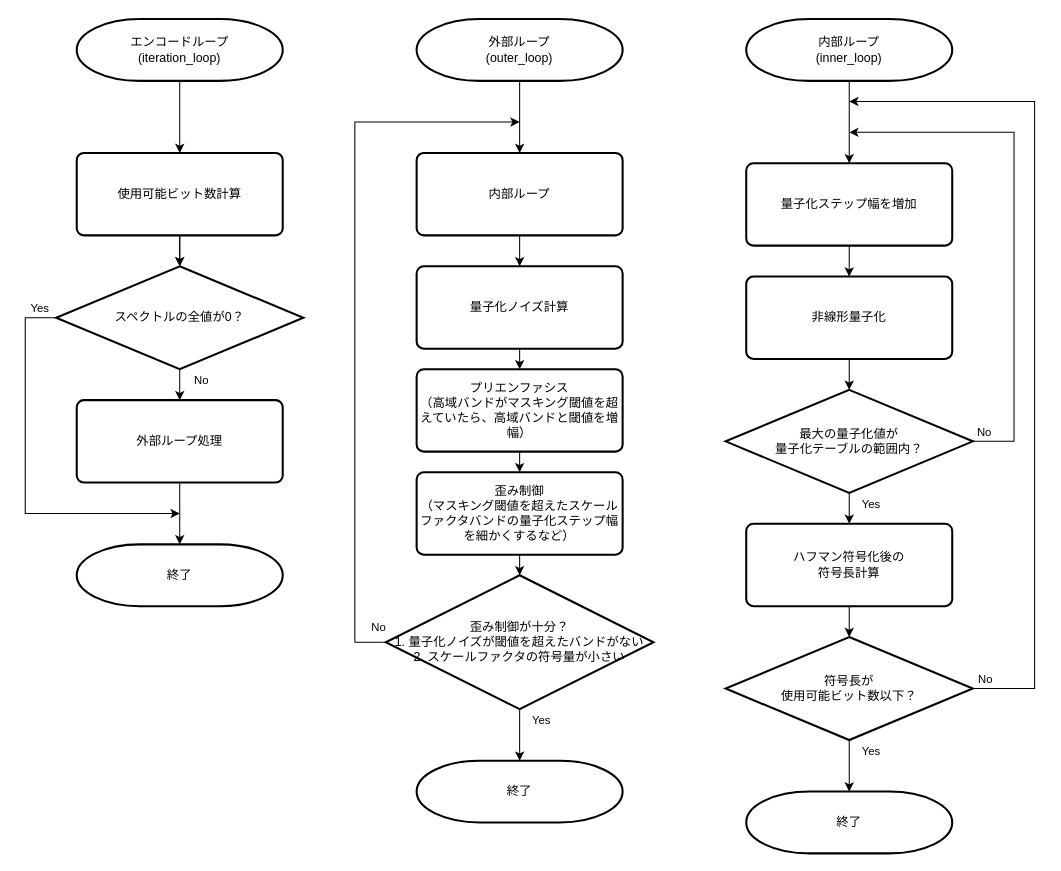
Earlier version of the draw.io diagram documents/slide/figs/mp3_encode_process.drawio (aikiriao/DemonGateCodec). Source tidied: cells renumbered, new cells numbered last; positions are measured from the earlier drawing's top-left corner, leaving out a move shared by most shapes. Both pictures are drawn from the tidied source at 103%, with x=0, y=0 at pixel (25, 19).
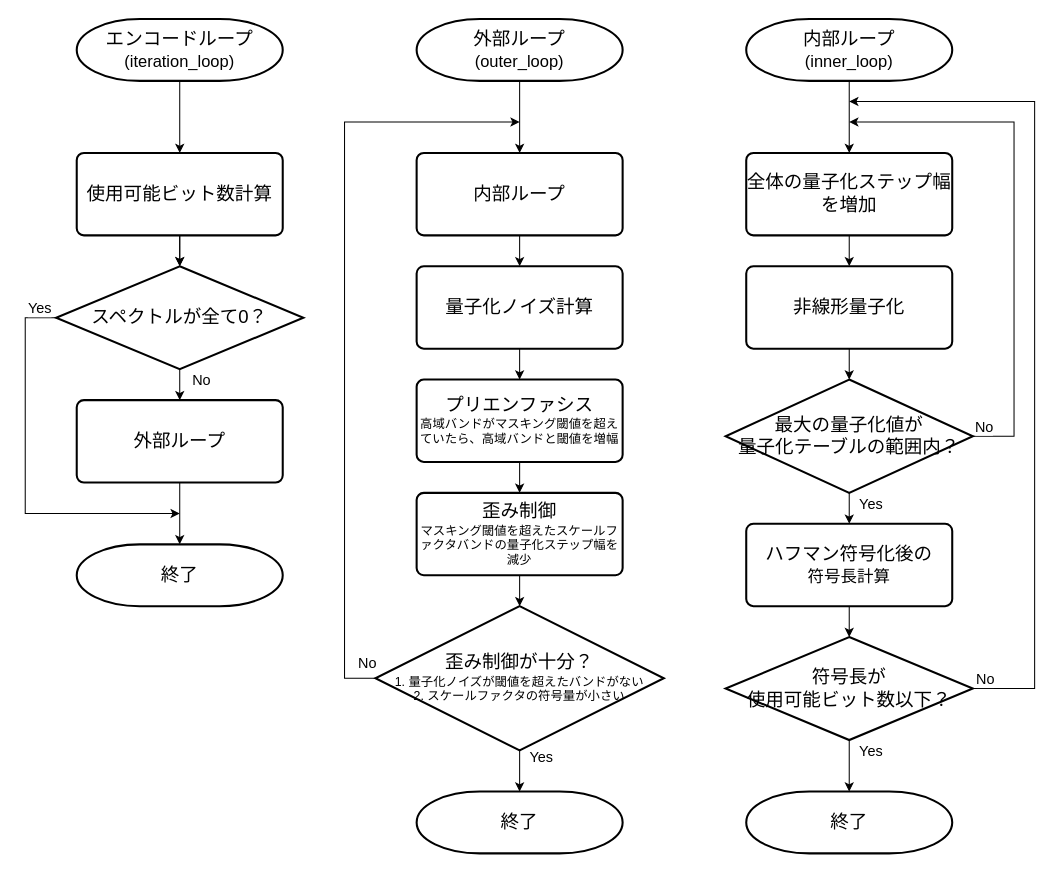
Above is the later version.

Commit message:
font arranges for flowchart.

Unchanged cells that the change refers to:
```xml
<mxCell id="13" style="endArrow=classic;html=1;rounded=0;exitX=1;exitY=0.5;exitDx=0;exitDy=0;exitPerimeter=0;" parent="1" edge="1" source="12">
  <mxGeometry relative="1" as="geometry">
    <mxPoint x="800" y="80" as="targetPoint" />
    <Array as="points">
      <mxPoint x="980" y="650" />
      <mxPoint x="980" y="420" />
      <mxPoint x="980" y="80" />
      <mxPoint x="880" y="80" />
    </Array>
  </mxGeometry>
</mxCell>
<mxCell id="15" style="endArrow=classic;html=1;rounded=0;entryX=0.5;entryY=0;entryDx=0;entryDy=0;" parent="1" edge="1" target="11">
  <mxGeometry relative="1" as="geometry">
    <mxPoint x="800" y="460" as="sourcePoint" />
  </mxGeometry>
</mxCell>
<mxCell id="19" style="endArrow=classic;html=1;rounded=0;entryX=0.5;entryY=0;entryDx=0;entryDy=0;entryPerimeter=0;" parent="1" edge="1" target="18">
  <mxGeometry relative="1" as="geometry">
    <mxPoint x="800" y="700" as="sourcePoint" />
  </mxGeometry>
</mxCell>
<mxCell id="31" style="endArrow=classic;html=1;rounded=0;entryX=0.5;entryY=0;entryDx=0;entryDy=0;entryPerimeter=0;exitX=0.5;exitY=1;exitDx=0;exitDy=0;exitPerimeter=0;" parent="1" edge="1" source="24" target="30">
  <mxGeometry relative="1" as="geometry" />
</mxCell>
<mxCell id="41" style="endArrow=classic;html=1;rounded=0;entryX=0.5;entryY=0;entryDx=0;entryDy=0;exitX=0.5;exitY=1;exitDx=0;exitDy=0;exitPerimeter=0;" parent="1" edge="1" source="36" target="40">
  <mxGeometry relative="1" as="geometry" />
</mxCell>
<mxCell id="44" style="endArrow=classic;html=1;rounded=0;exitX=0;exitY=0.5;exitDx=0;exitDy=0;exitPerimeter=0;" parent="1" edge="1" source="36">
  <mxGeometry relative="1" as="geometry">
    <mxPoint x="150" y="480" as="targetPoint" />
    <Array as="points">
      <mxPoint y="290" />
      <mxPoint y="390" />
      <mxPoint y="480" />
    </Array>
  </mxGeometry>
</mxCell>
```

What changed in the source:
```diff
@@
-    <mxCell id="2" value="量子化ステップ幅を増加" style="rounded=1;whiteSpace=wrap;html=1;absoluteArcSize=1;arcSize=14;strokeWidth=2;" parent="1" vertex="1">
-      <mxGeometry x="700" y="140" width="200" height="80" as="geometry" />
+    <mxCell id="2" value="&lt;font style=&quot;font-size: 18px;&quot;&gt;全体の量子化ステップ幅を増加&lt;/font&gt;" style="rounded=1;whiteSpace=wrap;html=1;absoluteArcSize=1;arcSize=14;strokeWidth=2;" parent="1" vertex="1">
+      <mxGeometry x="700" y="130" width="200" height="80" as="geometry" />
     </mxCell>
-    <mxCell id="3" value="非線形量子化" style="rounded=1;whiteSpace=wrap;html=1;absoluteArcSize=1;arcSize=14;strokeWidth=2;" parent="1" vertex="1">
-      <mxGeometry x="700" y="250" width="200" height="80" as="geometry" />
+    <mxCell id="3" value="&lt;font style=&quot;font-size: 18px;&quot;&gt;非線形量子化&lt;/font&gt;" style="rounded=1;whiteSpace=wrap;html=1;absoluteArcSize=1;arcSize=14;strokeWidth=2;" parent="1" vertex="1">
+      <mxGeometry x="700" y="240" width="200" height="80" as="geometry" />
     </mxCell>
-    <mxCell id="4" value="最大の量子化値が&lt;br&gt;量子化テーブルの範囲内？" style="strokeWidth=2;html=1;shape=mxgraph.flowchart.decision;whiteSpace=wrap;" parent="1" vertex="1">
-      <mxGeometry x="680" y="360" width="240" height="100" as="geometry" />
+    <mxCell id="4" value="&lt;font style=&quot;font-size: 18px;&quot;&gt;最大の量子化値が&lt;br&gt;量子化テーブルの範囲内？&lt;/font&gt;" style="strokeWidth=2;html=1;shape=mxgraph.flowchart.decision;whiteSpace=wrap;" parent="1" vertex="1">
+      <mxGeometry x="680" y="350" width="240" height="110" as="geometry" />
     </mxCell>
@@
-    <mxCell id="7" value="内部ループ&lt;div&gt;(inner_loop)&lt;/div&gt;" style="strokeWidth=2;html=1;shape=mxgraph.flowchart.terminator;whiteSpace=wrap;" parent="1" vertex="1">
+    <mxCell id="7" value="&lt;font style=&quot;font-size: 18px;&quot;&gt;内部ループ&lt;/font&gt;&lt;div&gt;&lt;font size=&quot;3&quot;&gt;(inner_loop)&lt;/font&gt;&lt;/div&gt;" style="strokeWidth=2;html=1;shape=mxgraph.flowchart.terminator;whiteSpace=wrap;" parent="1" vertex="1">
       <mxGeometry x="700" width="200" height="60" as="geometry" />
     </mxCell>
@@
     <mxCell id="9" style="endArrow=classic;html=1;rounded=0;exitX=1;exitY=0.5;exitDx=0;exitDy=0;exitPerimeter=0;" parent="1" edge="1" source="4">
       <mxGeometry relative="1" as="geometry">
-        <mxPoint x="800" y="110" as="targetPoint" />
+        <mxPoint x="800" y="100" as="targetPoint" />
         <Array as="points">
-          <mxPoint x="960" y="410" />
-          <mxPoint x="960" y="110" />
-          <mxPoint x="870" y="110" />
+          <mxPoint x="960" y="405" />
+          <mxPoint x="960" y="100" />
+          <mxPoint x="870" y="100" />
         </Array>
       </mxGeometry>
     </mxCell>
-    <mxCell id="10" value="No" style="edgeLabel;html=1;align=center;verticalAlign=middle;" parent="9" vertex="1">
+    <mxCell id="10" value="&lt;font style=&quot;font-size: 14px;&quot;&gt;No&lt;/font&gt;" style="edgeLabel;html=1;align=center;verticalAlign=middle;" parent="9" vertex="1">
       <mxGeometry x="-0.96" relative="1" as="geometry">
         <mxPoint y="-10" as="offset" />
       </mxGeometry>
     </mxCell>
-    <mxCell id="11" value="ハフマン符号化後の&lt;div&gt;符号長計算&lt;/div&gt;" style="rounded=1;whiteSpace=wrap;html=1;absoluteArcSize=1;arcSize=14;strokeWidth=2;" parent="1" vertex="1">
+    <mxCell id="11" value="&lt;font style=&quot;font-size: 18px;&quot;&gt;ハフマン符号化後の&lt;/font&gt;&lt;div&gt;&lt;font size=&quot;3&quot;&gt;符号長計算&lt;/font&gt;&lt;/div&gt;" style="rounded=1;whiteSpace=wrap;html=1;absoluteArcSize=1;arcSize=14;strokeWidth=2;" parent="1" vertex="1">
       <mxGeometry x="700" y="490" width="200" height="80" as="geometry" />
     </mxCell>
-    <mxCell id="12" value="符号長が&lt;br&gt;使用可能ビット数以下？" style="strokeWidth=2;html=1;shape=mxgraph.flowchart.decision;whiteSpace=wrap;" parent="1" vertex="1">
+    <mxCell id="12" value="&lt;font style=&quot;font-size: 18px;&quot;&gt;符号長が&lt;br&gt;使用可能ビット数以下？&lt;/font&gt;" style="strokeWidth=2;html=1;shape=mxgraph.flowchart.decision;whiteSpace=wrap;" parent="1" vertex="1">
       <mxGeometry x="680" y="600" width="240" height="100" as="geometry" />
     </mxCell>
@@
-    <mxCell id="14" value="No" style="edgeLabel;html=1;align=center;verticalAlign=middle;" parent="13" vertex="1">
+    <mxCell id="14" value="&lt;font style=&quot;font-size: 14px;&quot;&gt;No&lt;/font&gt;" style="edgeLabel;html=1;align=center;verticalAlign=middle;" parent="13" vertex="1">
       <mxGeometry x="-0.95" y="2" relative="1" as="geometry">
         <mxPoint x="-9" y="-8" as="offset" />
       </mxGeometry>
     </mxCell>
@@
-    <mxCell id="16" value="Yes" style="edgeLabel;html=1;align=center;verticalAlign=middle;" parent="15" vertex="1">
+    <mxCell id="16" value="&lt;font style=&quot;font-size: 14px;&quot;&gt;Yes&lt;/font&gt;" style="edgeLabel;html=1;align=center;verticalAlign=middle;" parent="15" vertex="1">
       <mxGeometry x="-0.33" y="-2" relative="1" as="geometry">
         <mxPoint x="22" as="offset" />
       </mxGeometry>
     </mxCell>
@@
-    <mxCell id="18" value="終了" style="strokeWidth=2;html=1;shape=mxgraph.flowchart.terminator;whiteSpace=wrap;" parent="1" vertex="1">
+    <mxCell id="18" value="&lt;font style=&quot;font-size: 18px;&quot;&gt;終了&lt;/font&gt;" style="strokeWidth=2;html=1;shape=mxgraph.flowchart.terminator;whiteSpace=wrap;" parent="1" vertex="1">
       <mxGeometry x="700" y="750" width="200" height="60" as="geometry" />
     </mxCell>
@@
-    <mxCell id="20" value="Yes" style="edgeLabel;html=1;align=center;verticalAlign=middle;" parent="19" vertex="1">
+    <mxCell id="20" value="&lt;font style=&quot;font-size: 14px;&quot;&gt;Yes&lt;/font&gt;" style="edgeLabel;html=1;align=center;verticalAlign=middle;" parent="19" vertex="1">
       <mxGeometry x="-0.12" y="-1" relative="1" as="geometry">
         <mxPoint x="21" y="-12" as="offset" />
       </mxGeometry>
     </mxCell>
-    <mxCell id="21" value="外部ループ&lt;div&gt;(outer_loop)&lt;/div&gt;" style="strokeWidth=2;html=1;shape=mxgraph.flowchart.terminator;whiteSpace=wrap;" parent="1" vertex="1">
+    <mxCell id="21" value="&lt;font style=&quot;font-size: 18px;&quot;&gt;外部ループ&lt;/font&gt;&lt;div&gt;&lt;font size=&quot;3&quot;&gt;(outer_loop)&lt;/font&gt;&lt;/div&gt;" style="strokeWidth=2;html=1;shape=mxgraph.flowchart.terminator;whiteSpace=wrap;" parent="1" vertex="1">
       <mxGeometry x="380" width="200" height="60" as="geometry" />
     </mxCell>
-    <mxCell id="22" value="内部ループ" style="rounded=1;whiteSpace=wrap;html=1;absoluteArcSize=1;arcSize=14;strokeWidth=2;" parent="1" vertex="1">
+    <mxCell id="22" value="&lt;font style=&quot;font-size: 18px;&quot;&gt;内部ループ&lt;/font&gt;" style="rounded=1;whiteSpace=wrap;html=1;absoluteArcSize=1;arcSize=14;strokeWidth=2;" parent="1" vertex="1">
       <mxGeometry x="380" y="130" width="200" height="80" as="geometry" />
     </mxCell>
-    <mxCell id="23" value="歪み制御&lt;div&gt;（マスキング閾値を超えたスケールファクタバンドの量子化ステップ幅を細かくするなど）&lt;/div&gt;" style="rounded=1;whiteSpace=wrap;html=1;absoluteArcSize=1;arcSize=14;strokeWidth=2;" parent="1" vertex="1">
-      <mxGeometry x="380" y="440" width="200" height="80" as="geometry" />
+    <mxCell id="23" value="&lt;font style=&quot;font-size: 18px;&quot;&gt;歪み制御&lt;/font&gt;&lt;div&gt;&lt;font style=&quot;font-size: 12px;&quot;&gt;マスキング閾値を超えたスケールファクタバンドの量子化ステップ幅を減少&lt;/font&gt;&lt;/div&gt;" style="rounded=1;whiteSpace=wrap;html=1;absoluteArcSize=1;arcSize=14;strokeWidth=2;" parent="1" vertex="1">
+      <mxGeometry x="380" y="460" width="200" height="80" as="geometry" />
     </mxCell>
-    <mxCell id="24" value="歪み制御が十分？&lt;div&gt;1. 量子化ノイズが閾値を超えたバンドがない&lt;/div&gt;&lt;div&gt;2. スケールファクタの符号量が小さい&lt;/div&gt;" style="strokeWidth=2;html=1;shape=mxgraph.flowchart.decision;whiteSpace=wrap;" parent="1" vertex="1">
-      <mxGeometry x="350" y="540" width="260" height="130" as="geometry" />
+    <mxCell id="24" value="&lt;font style=&quot;font-size: 18px;&quot;&gt;歪み制御が十分？&lt;/font&gt;&lt;div&gt;&lt;font style=&quot;font-size: 12px;&quot;&gt;1. 量子化ノイズが閾値を超えたバンドがない&lt;/font&gt;&lt;/div&gt;&lt;div&gt;&lt;font style=&quot;font-size: 12px;&quot;&gt;2. スケールファクタの符号量が小さい&lt;/font&gt;&lt;/div&gt;" style="strokeWidth=2;html=1;shape=mxgraph.flowchart.decision;whiteSpace=wrap;" parent="1" vertex="1">
+      <mxGeometry x="340" y="570" width="280" height="140" as="geometry" />
     </mxCell>
@@
     <mxCell id="28" style="endArrow=classic;html=1;rounded=0;exitX=0;exitY=0.5;exitDx=0;exitDy=0;exitPerimeter=0;" parent="1" edge="1" source="24">
       <mxGeometry relative="1" as="geometry">
         <mxPoint x="480" y="100" as="targetPoint" />
         <Array as="points">
-          <mxPoint x="320" y="605" />
-          <mxPoint x="320" y="340" />
-          <mxPoint x="320" y="100" />
+          <mxPoint x="310" y="640" />
+          <mxPoint x="310" y="340" />
+          <mxPoint x="310" y="100" />
         </Array>
       </mxGeometry>
     </mxCell>
-    <mxCell id="29" value="No" style="edgeLabel;html=1;align=center;verticalAlign=middle;" parent="28" vertex="1">
+    <mxCell id="29" value="&lt;font style=&quot;font-size: 14px;&quot;&gt;No&lt;/font&gt;" style="edgeLabel;html=1;align=center;verticalAlign=middle;" parent="28" vertex="1">
       <mxGeometry x="-0.97" y="-1" relative="1" as="geometry">
         <mxPoint x="2" y="-14" as="offset" />
       </mxGeometry>
     </mxCell>
-    <mxCell id="30" value="終了" style="strokeWidth=2;html=1;shape=mxgraph.flowchart.terminator;whiteSpace=wrap;" parent="1" vertex="1">
-      <mxGeometry x="380" y="720" width="200" height="60" as="geometry" />
+    <mxCell id="30" value="&lt;font style=&quot;font-size: 18px;&quot;&gt;終了&lt;/font&gt;" style="strokeWidth=2;html=1;shape=mxgraph.flowchart.terminator;whiteSpace=wrap;" parent="1" vertex="1">
+      <mxGeometry x="380" y="750" width="200" height="60" as="geometry" />
     </mxCell>
@@
-    <mxCell id="32" value="Yes" style="edgeLabel;html=1;align=center;verticalAlign=middle;" parent="31" vertex="1">
+    <mxCell id="32" value="&lt;font style=&quot;font-size: 14px;&quot;&gt;Yes&lt;/font&gt;" style="edgeLabel;html=1;align=center;verticalAlign=middle;" parent="31" vertex="1">
       <mxGeometry x="-0.28" y="-2" relative="1" as="geometry">
         <mxPoint x="22" y="-8" as="offset" />
       </mxGeometry>
     </mxCell>
-    <mxCell id="33" value="エンコードループ&lt;div&gt;(iteration_loop)&lt;/div&gt;" style="strokeWidth=2;html=1;shape=mxgraph.flowchart.terminator;whiteSpace=wrap;" parent="1" vertex="1">
+    <mxCell id="33" value="&lt;font style=&quot;font-size: 18px;&quot;&gt;エンコードループ&lt;/font&gt;&lt;div&gt;&lt;font size=&quot;3&quot;&gt;(iteration_loop)&lt;/font&gt;&lt;/div&gt;" style="strokeWidth=2;html=1;shape=mxgraph.flowchart.terminator;whiteSpace=wrap;" parent="1" vertex="1">
       <mxGeometry x="50" width="200" height="60" as="geometry" />
     </mxCell>
@@
-    <mxCell id="35" value="使用可能ビット数計算" style="rounded=1;whiteSpace=wrap;html=1;absoluteArcSize=1;arcSize=14;strokeWidth=2;" parent="1" vertex="1">
+    <mxCell id="35" value="&lt;font style=&quot;font-size: 18px;&quot;&gt;使用可能ビット数計算&lt;/font&gt;" style="rounded=1;whiteSpace=wrap;html=1;absoluteArcSize=1;arcSize=14;strokeWidth=2;" parent="1" vertex="1">
       <mxGeometry x="50" y="130" width="200" height="80" as="geometry" />
     </mxCell>
-    <mxCell id="36" value="スペクトルの全値が0？" style="strokeWidth=2;html=1;shape=mxgraph.flowchart.decision;whiteSpace=wrap;" parent="1" vertex="1">
+    <mxCell id="36" value="&lt;font style=&quot;font-size: 18px;&quot;&gt;スペクトルが全て0？&lt;/font&gt;" style="strokeWidth=2;html=1;shape=mxgraph.flowchart.decision;whiteSpace=wrap;" parent="1" vertex="1">
       <mxGeometry x="30" y="240" width="240" height="100" as="geometry" />
     </mxCell>
@@
-    <mxCell id="39" value="終了" style="strokeWidth=2;html=1;shape=mxgraph.flowchart.terminator;whiteSpace=wrap;" parent="1" vertex="1">
+    <mxCell id="39" value="&lt;font style=&quot;font-size: 18px;&quot;&gt;終了&lt;/font&gt;" style="strokeWidth=2;html=1;shape=mxgraph.flowchart.terminator;whiteSpace=wrap;" parent="1" vertex="1">
       <mxGeometry x="50" y="510" width="200" height="60" as="geometry" />
     </mxCell>
-    <mxCell id="40" value="外部ループ処理" style="rounded=1;whiteSpace=wrap;html=1;absoluteArcSize=1;arcSize=14;strokeWidth=2;" parent="1" vertex="1">
+    <mxCell id="40" value="&lt;font style=&quot;font-size: 18px;&quot;&gt;外部ループ&lt;/font&gt;" style="rounded=1;whiteSpace=wrap;html=1;absoluteArcSize=1;arcSize=14;strokeWidth=2;" parent="1" vertex="1">
       <mxGeometry x="50" y="370" width="200" height="80" as="geometry" />
     </mxCell>
@@
-    <mxCell id="42" value="No" style="edgeLabel;html=1;align=center;verticalAlign=middle;" parent="41" vertex="1">
+    <mxCell id="42" value="&lt;font style=&quot;font-size: 14px;&quot;&gt;No&lt;/font&gt;" style="edgeLabel;html=1;align=center;verticalAlign=middle;" parent="41" vertex="1">
       <mxGeometry y="1" relative="1" as="geometry">
         <mxPoint x="19" y="-5" as="offset" />
       </mxGeometry>
     </mxCell>
@@
-    <mxCell id="45" value="Yes" style="edgeLabel;html=1;align=center;verticalAlign=middle;" parent="44" vertex="1">
+    <mxCell id="45" value="&lt;font style=&quot;font-size: 14px;&quot;&gt;Yes&lt;/font&gt;" style="edgeLabel;html=1;align=center;verticalAlign=middle;" parent="44" vertex="1">
       <mxGeometry x="-0.91" y="-1" relative="1" as="geometry">
         <mxPoint y="-9" as="offset" />
       </mxGeometry>
     </mxCell>
@@
-    <mxCell id="47" value="量子化ノイズ計算" style="rounded=1;whiteSpace=wrap;html=1;absoluteArcSize=1;arcSize=14;strokeWidth=2;" parent="1" vertex="1">
+    <mxCell id="47" value="&lt;font style=&quot;font-size: 18px;&quot;&gt;量子化ノイズ計算&lt;/font&gt;" style="rounded=1;whiteSpace=wrap;html=1;absoluteArcSize=1;arcSize=14;strokeWidth=2;" parent="1" vertex="1">
       <mxGeometry x="380" y="240" width="200" height="80" as="geometry" />
     </mxCell>
@@
-    <mxCell id="49" value="プリエンファシス&lt;div&gt;（高域バンドがマスキング閾値を超えていたら、高域バンドと閾値を増幅）&lt;/div&gt;" style="rounded=1;whiteSpace=wrap;html=1;absoluteArcSize=1;arcSize=14;strokeWidth=2;" parent="1" vertex="1">
-      <mxGeometry x="380" y="340" width="200" height="80" as="geometry" />
+    <mxCell id="49" value="&lt;font style=&quot;font-size: 18px;&quot;&gt;プリエンファシス&lt;/font&gt;&lt;div&gt;&lt;font style=&quot;font-size: 12px;&quot;&gt;高域バンドがマスキング閾値を超えていたら、高域バンドと閾値を増幅&lt;/font&gt;&lt;/div&gt;" style="rounded=1;whiteSpace=wrap;html=1;absoluteArcSize=1;arcSize=14;strokeWidth=2;" parent="1" vertex="1">
+      <mxGeometry x="380" y="350" width="200" height="80" as="geometry" />
     </mxCell>
```
